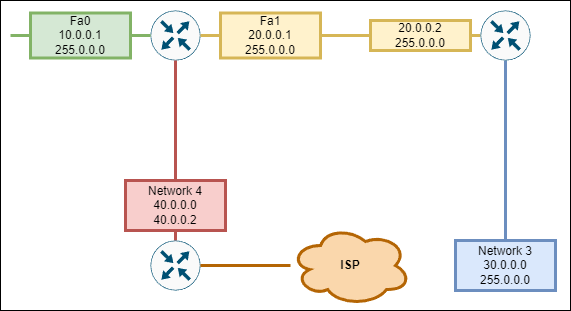
Earlier version of the draw.io export Diagrams/1_8_9.png (HalisCerit/CCNA_ozet). Source tidied: cells renumbered, new cells last; positions are measured from the earlier drawing's top-left corner, leaving out a move shared by most shapes.
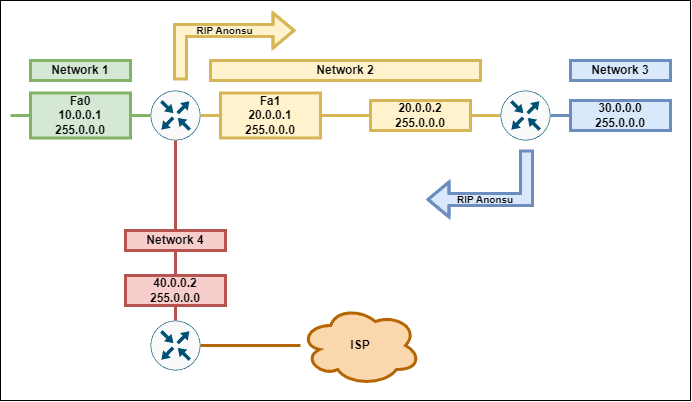
Later version of the same file.

Commit message:
Network Tamamlandı

Diff of the diagram source:
```diff
@@ -2,58 +2,91 @@
   <root>
     <mxCell id="0" />
     <mxCell id="1" parent="0" />
-    <mxCell id="2" style="whiteSpace=wrap;html=1;" parent="1" vertex="1">
-      <mxGeometry width="570" height="310" as="geometry" />
-    </mxCell>
+    <mxCell id="19" style="whiteSpace=wrap;html=1;" parent="1" vertex="1">
+      <mxGeometry y="-80" width="690" height="400" as="geometry" />
+    </mxCell>
-    <mxCell id="3" style="edgeStyle=orthogonalEdgeStyle;rounded=0;jettySize=auto;html=1;entryX=0;entryY=0.5;entryDx=0;entryDy=0;entryPerimeter=0;strokeWidth=3;endArrow=none;endFill=0;fillColor=#fff2cc;strokeColor=#d6b656;" parent="1" edge="1" source="16" target="7">
+    <mxCell id="3" style="edgeStyle=orthogonalEdgeStyle;rounded=0;jettySize=auto;html=1;entryX=0;entryY=0.5;entryDx=0;entryDy=0;entryPerimeter=0;strokeWidth=3;endArrow=none;endFill=0;fillColor=#fff2cc;strokeColor=#d6b656;fontStyle=1;" parent="1" edge="1" source="16" target="7">
       <mxGeometry relative="1" as="geometry" />
     </mxCell>
-    <mxCell id="4" style="edgeStyle=orthogonalEdgeStyle;rounded=0;jettySize=auto;html=1;strokeWidth=3;endArrow=none;endFill=0;fillColor=#d5e8d4;strokeColor=#82b366;" parent="1" edge="1" source="18">
+    <mxCell id="4" style="edgeStyle=orthogonalEdgeStyle;rounded=0;jettySize=auto;html=1;strokeWidth=3;endArrow=none;endFill=0;fillColor=#d5e8d4;strokeColor=#82b366;fontStyle=1;" parent="1" edge="1" source="18">
       <mxGeometry relative="1" as="geometry">
         <mxPoint x="10" y="35" as="targetPoint" />
       </mxGeometry>
     </mxCell>
-    <mxCell id="5" style="sketch=0;points=[[0.5,0,0],[1,0.5,0],[0.5,1,0],[0,0.5,0],[0.145,0.145,0],[0.8555,0.145,0],[0.855,0.8555,0],[0.145,0.855,0]];verticalLabelPosition=bottom;html=1;verticalAlign=top;align=center;shape=mxgraph.cisco19.rect;prIcon=router;fillColor=#FAFAFA;strokeColor=#005073;strokeWidth=3;" parent="1" vertex="1">
+    <mxCell id="5" style="sketch=0;points=[[0.5,0,0],[1,0.5,0],[0.5,1,0],[0,0.5,0],[0.145,0.145,0],[0.8555,0.145,0],[0.855,0.8555,0],[0.145,0.855,0]];verticalLabelPosition=bottom;html=1;verticalAlign=top;align=center;shape=mxgraph.cisco19.rect;prIcon=router;fillColor=#FAFAFA;strokeColor=#005073;strokeWidth=3;fontStyle=1;" parent="1" vertex="1">
       <mxGeometry x="150" y="10" width="50" height="50" as="geometry" />
     </mxCell>
-    <mxCell id="6" style="edgeStyle=orthogonalEdgeStyle;rounded=0;jettySize=auto;html=1;entryX=0.5;entryY=0;entryDx=0;entryDy=0;endArrow=none;endFill=0;strokeWidth=3;fillColor=#dae8fc;strokeColor=#6c8ebf;" parent="1" edge="1" source="7" target="13">
+    <mxCell id="6" style="edgeStyle=orthogonalEdgeStyle;rounded=0;jettySize=auto;html=1;entryX=0;entryY=0.5;entryDx=0;entryDy=0;endArrow=none;endFill=0;strokeWidth=3;fillColor=#dae8fc;strokeColor=#6c8ebf;fontStyle=1;" parent="1" edge="1" source="7" target="13">
       <mxGeometry relative="1" as="geometry" />
     </mxCell>
-    <mxCell id="7" style="sketch=0;points=[[0.5,0,0],[1,0.5,0],[0.5,1,0],[0,0.5,0],[0.145,0.145,0],[0.8555,0.145,0],[0.855,0.8555,0],[0.145,0.855,0]];verticalLabelPosition=bottom;html=1;verticalAlign=top;align=center;shape=mxgraph.cisco19.rect;prIcon=router;fillColor=#FAFAFA;strokeColor=#005073;strokeWidth=3;" parent="1" vertex="1">
-      <mxGeometry x="480" y="10" width="50" height="50" as="geometry" />
+    <mxCell id="7" style="sketch=0;points=[[0.5,0,0],[1,0.5,0],[0.5,1,0],[0,0.5,0],[0.145,0.145,0],[0.8555,0.145,0],[0.855,0.8555,0],[0.145,0.855,0]];verticalLabelPosition=bottom;html=1;verticalAlign=top;align=center;shape=mxgraph.cisco19.rect;prIcon=router;fillColor=#FAFAFA;strokeColor=#005073;strokeWidth=3;fontStyle=1;" parent="1" vertex="1">
+      <mxGeometry x="500" y="10" width="50" height="50" as="geometry" />
     </mxCell>
-    <mxCell id="8" style="edgeStyle=orthogonalEdgeStyle;rounded=0;jettySize=auto;html=1;entryX=0.5;entryY=1;entryDx=0;entryDy=0;entryPerimeter=0;endArrow=none;endFill=0;strokeWidth=3;fillColor=#f8cecc;strokeColor=#b85450;" parent="1" edge="1" source="9" target="5">
+    <mxCell id="8" style="edgeStyle=orthogonalEdgeStyle;rounded=0;jettySize=auto;html=1;entryX=0.5;entryY=1;entryDx=0;entryDy=0;entryPerimeter=0;endArrow=none;endFill=0;strokeWidth=3;fillColor=#f8cecc;strokeColor=#b85450;fontStyle=1;" parent="1" edge="1" source="24" target="5">
       <mxGeometry relative="1" as="geometry" />
     </mxCell>
-    <mxCell id="9" style="sketch=0;points=[[0.5,0,0],[1,0.5,0],[0.5,1,0],[0,0.5,0],[0.145,0.145,0],[0.8555,0.145,0],[0.855,0.8555,0],[0.145,0.855,0]];verticalLabelPosition=bottom;html=1;verticalAlign=top;align=center;shape=mxgraph.cisco19.rect;prIcon=router;fillColor=#FAFAFA;strokeColor=#005073;strokeWidth=3;" parent="1" vertex="1">
+    <mxCell id="9" style="sketch=0;points=[[0.5,0,0],[1,0.5,0],[0.5,1,0],[0,0.5,0],[0.145,0.145,0],[0.8555,0.145,0],[0.855,0.8555,0],[0.145,0.855,0]];verticalLabelPosition=bottom;html=1;verticalAlign=top;align=center;shape=mxgraph.cisco19.rect;prIcon=router;fillColor=#FAFAFA;strokeColor=#005073;strokeWidth=3;fontStyle=1;" parent="1" vertex="1">
       <mxGeometry x="150" y="240" width="50" height="50" as="geometry" />
     </mxCell>
-    <mxCell id="10" style="edgeStyle=orthogonalEdgeStyle;rounded=0;jettySize=auto;html=1;entryX=1;entryY=0.5;entryDx=0;entryDy=0;entryPerimeter=0;endArrow=none;endFill=0;strokeWidth=3;fillColor=#fad7ac;strokeColor=#b46504;" parent="1" edge="1" source="11" target="9">
+    <mxCell id="10" style="edgeStyle=orthogonalEdgeStyle;rounded=0;jettySize=auto;html=1;entryX=1;entryY=0.5;entryDx=0;entryDy=0;entryPerimeter=0;endArrow=none;endFill=0;strokeWidth=3;fillColor=#fad7ac;strokeColor=#b46504;fontStyle=1;" parent="1" edge="1" source="11" target="9">
       <mxGeometry relative="1" as="geometry" />
     </mxCell>
     <mxCell id="11" value="ISP" style="ellipse;shape=cloud;whiteSpace=wrap;html=1;fontStyle=1;strokeWidth=3;fillColor=#fad7ac;strokeColor=#b46504;" parent="1" vertex="1">
-      <mxGeometry x="290" y="225" width="120" height="80" as="geometry" />
+      <mxGeometry x="300" y="225" width="120" height="80" as="geometry" />
     </mxCell>
-    <mxCell id="12" value="20.0.0.2&lt;br&gt;255.0.0.0" style="whiteSpace=wrap;html=1;fillColor=#fff2cc;strokeColor=#d6b656;strokeWidth=3;" parent="1" vertex="1">
+    <mxCell id="12" value="20.0.0.2&lt;br&gt;255.0.0.0" style="whiteSpace=wrap;html=1;fillColor=#fff2cc;strokeColor=#d6b656;strokeWidth=3;fontStyle=1;" parent="1" vertex="1">
       <mxGeometry x="370" y="20" width="100" height="30" as="geometry" />
     </mxCell>
-    <mxCell id="13" value="Network 3&lt;br&gt;30.0.0.0&lt;br&gt;255.0.0.0" style="whiteSpace=wrap;html=1;fillColor=#dae8fc;strokeColor=#6c8ebf;strokeWidth=3;" parent="1" vertex="1">
-      <mxGeometry x="455" y="240" width="100" height="50" as="geometry" />
+    <mxCell id="13" value="30.0.0.0&lt;br&gt;255.0.0.0" style="whiteSpace=wrap;html=1;fillColor=#dae8fc;strokeColor=#6c8ebf;strokeWidth=3;fontStyle=1;" parent="1" vertex="1">
+      <mxGeometry x="570" y="20" width="100" height="30" as="geometry" />
     </mxCell>
-    <mxCell id="14" value="Network 4&lt;br&gt;40.0.0.0&lt;br&gt;40.0.0.2" style="whiteSpace=wrap;html=1;fillColor=#f8cecc;strokeColor=#b85450;strokeWidth=3;" parent="1" vertex="1">
-      <mxGeometry x="125" y="180" width="100" height="50" as="geometry" />
-    </mxCell>
-    <mxCell id="15" style="edgeStyle=orthogonalEdgeStyle;rounded=0;jettySize=auto;html=1;entryX=0;entryY=0.5;entryDx=0;entryDy=0;entryPerimeter=0;strokeWidth=3;endArrow=none;endFill=0;fillColor=#fff2cc;strokeColor=#d6b656;" parent="1" edge="1" source="5" target="16">
+    <mxCell id="15" style="edgeStyle=orthogonalEdgeStyle;rounded=0;jettySize=auto;html=1;entryX=0;entryY=0.5;entryDx=0;entryDy=0;entryPerimeter=0;strokeWidth=3;endArrow=none;endFill=0;fillColor=#fff2cc;strokeColor=#d6b656;fontStyle=1;" parent="1" edge="1" source="5" target="16">
       <mxGeometry relative="1" as="geometry" />
     </mxCell>
-    <mxCell id="16" value="Fa1&lt;br&gt;20.0.0.1&lt;br&gt;255.0.0.0" style="whiteSpace=wrap;html=1;fillColor=#fff2cc;strokeColor=#d6b656;strokeWidth=3;" parent="1" vertex="1">
+    <mxCell id="16" value="Fa1&lt;br&gt;20.0.0.1&lt;br&gt;255.0.0.0" style="whiteSpace=wrap;html=1;fillColor=#fff2cc;strokeColor=#d6b656;strokeWidth=3;fontStyle=1;" parent="1" vertex="1">
       <mxGeometry x="220" y="12.5" width="100" height="45" as="geometry" />
     </mxCell>
-    <mxCell id="17" style="edgeStyle=orthogonalEdgeStyle;rounded=0;jettySize=auto;html=1;strokeWidth=3;endArrow=none;endFill=0;fillColor=#d5e8d4;strokeColor=#82b366;" parent="1" edge="1" source="5" target="18">
+    <mxCell id="17" style="edgeStyle=orthogonalEdgeStyle;rounded=0;jettySize=auto;html=1;strokeWidth=3;endArrow=none;endFill=0;fillColor=#d5e8d4;strokeColor=#82b366;fontStyle=1;" parent="1" edge="1" source="5" target="18">
       <mxGeometry relative="1" as="geometry" />
     </mxCell>
-    <mxCell id="18" value="Fa0&lt;br&gt;10.0.0.1&lt;br&gt;255.0.0.0" style="whiteSpace=wrap;html=1;fillColor=#d5e8d4;strokeColor=#82b366;strokeWidth=3;" parent="1" vertex="1">
+    <mxCell id="18" value="Fa0&lt;br&gt;10.0.0.1&lt;br&gt;255.0.0.0" style="whiteSpace=wrap;html=1;fillColor=#d5e8d4;strokeColor=#82b366;strokeWidth=3;fontStyle=1;" parent="1" vertex="1">
       <mxGeometry x="30" y="12.5" width="100" height="45" as="geometry" />
     </mxCell>
+    <mxCell id="20" value="Network 2" style="whiteSpace=wrap;html=1;fillColor=#fff2cc;strokeColor=#d6b656;strokeWidth=3;fontStyle=1;" parent="1" vertex="1">
+      <mxGeometry x="210" y="-20" width="270" height="20" as="geometry" />
+    </mxCell>
+    <mxCell id="21" value="Network 1" style="whiteSpace=wrap;html=1;fillColor=#d5e8d4;strokeColor=#82b366;strokeWidth=3;fontStyle=1;" parent="1" vertex="1">
+      <mxGeometry x="30" y="-20" width="100" height="20" as="geometry" />
+    </mxCell>
+    <mxCell id="22" value="Network 3" style="whiteSpace=wrap;html=1;fillColor=#dae8fc;strokeColor=#6c8ebf;strokeWidth=3;fontStyle=1;" parent="1" vertex="1">
+      <mxGeometry x="570" y="-20" width="100" height="20" as="geometry" />
+    </mxCell>
+    <mxCell id="23" style="edgeStyle=orthogonalEdgeStyle;rounded=0;jettySize=auto;html=1;entryX=0.5;entryY=1;entryDx=0;entryDy=0;entryPerimeter=0;endArrow=none;endFill=0;strokeWidth=3;fillColor=#f8cecc;strokeColor=#b85450;fontStyle=1;" parent="1" edge="1" source="9" target="24">
+      <mxGeometry relative="1" as="geometry" />
+    </mxCell>
+    <mxCell id="24" value="Network 4" style="whiteSpace=wrap;html=1;fillColor=#f8cecc;strokeColor=#b85450;strokeWidth=3;fontStyle=1;" parent="1" vertex="1">
+      <mxGeometry x="125" y="150" width="100" height="20" as="geometry" />
+    </mxCell>
+    <mxCell id="14" value="40.0.0.2&lt;br&gt;255.0.0.0" style="whiteSpace=wrap;html=1;fillColor=#f8cecc;strokeColor=#b85450;strokeWidth=3;fontStyle=1;" parent="1" vertex="1">
+      <mxGeometry x="125" y="195" width="100" height="30" as="geometry" />
+    </mxCell>
+    <mxCell id="25" value="&lt;span style=&quot;white-space: pre;&quot;&gt;&#9;&lt;/span&gt;RIP Anonsu" style="shape=flexArrow;endArrow=classic;html=1;rounded=0;strokeWidth=3;fillColor=#fff2cc;strokeColor=#d6b656;fontStyle=1;fontSize=10;labelBackgroundColor=none;" parent="1" edge="1">
+      <mxGeometry relative="1" as="geometry">
+        <mxPoint x="180" as="sourcePoint" />
+        <mxPoint x="295" y="-50" as="targetPoint" />
+        <Array as="points">
+          <mxPoint x="180" y="-50" />
+        </Array>
+      </mxGeometry>
+    </mxCell>
+    <mxCell id="26" value="RIP Anonsu&lt;span style=&quot;white-space: pre;&quot;&gt;&#9;&lt;/span&gt;&lt;span style=&quot;white-space: pre;&quot;&gt;&#9;&lt;/span&gt;" style="shape=flexArrow;endArrow=classic;html=1;rounded=0;strokeWidth=3;fillColor=#dae8fc;strokeColor=#6c8ebf;fontStyle=1;fontSize=10;labelBackgroundColor=none;" parent="1" edge="1">
+      <mxGeometry relative="1" as="geometry">
+        <mxPoint x="526" y="69" as="sourcePoint" />
+        <mxPoint x="426" y="119" as="targetPoint" />
+        <Array as="points">
+          <mxPoint x="526" y="119" />
+        </Array>
+      </mxGeometry>
+    </mxCell>
   </root>
 </mxGraphModel>
```
